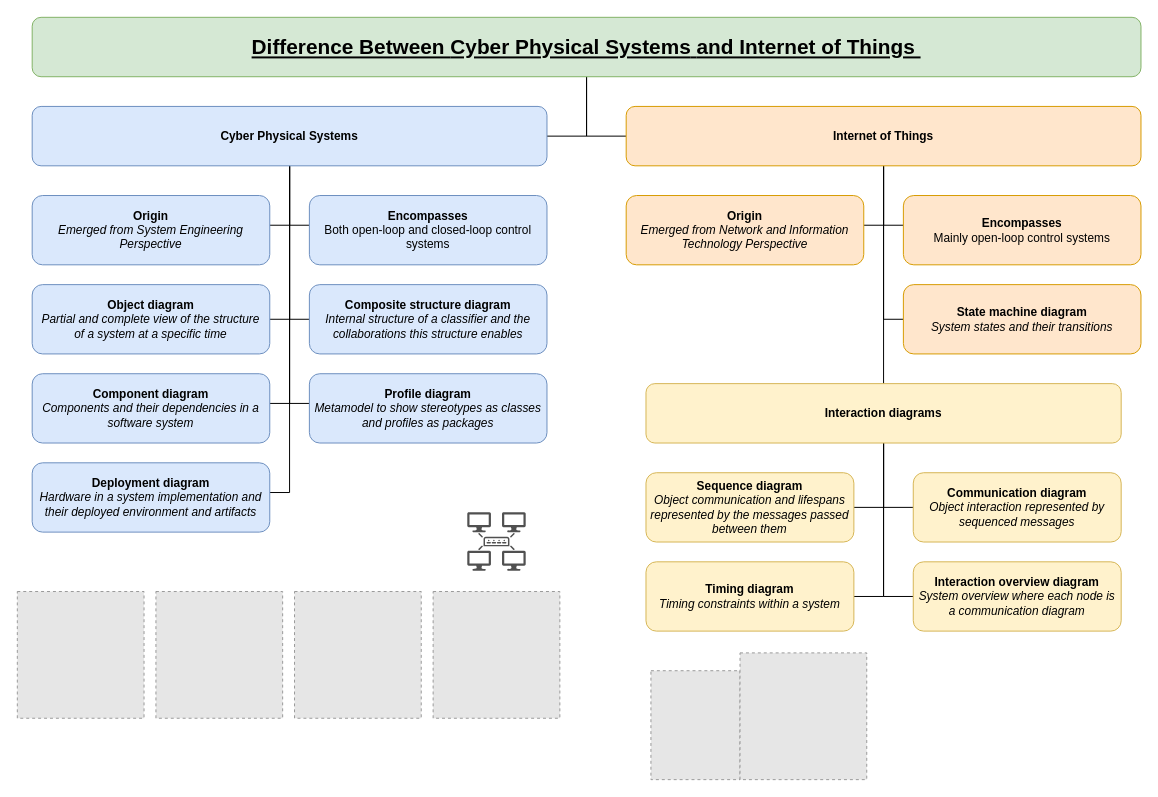
Earlier version of the draw.io diagram researchPapers/voice-ui/Cyber Physical Systems.drawio (daiv09/hello-world). Source tidied: cells renumbered, new cells numbered last; positions are measured from the earlier drawing's top-left corner, leaving out a move shared by most shapes. Both pictures are drawn from the tidied source at 99%, with x=0, y=0 at pixel (17, 17). Pictures stored in the file or linked from it are replaced by grey dashed boxes.
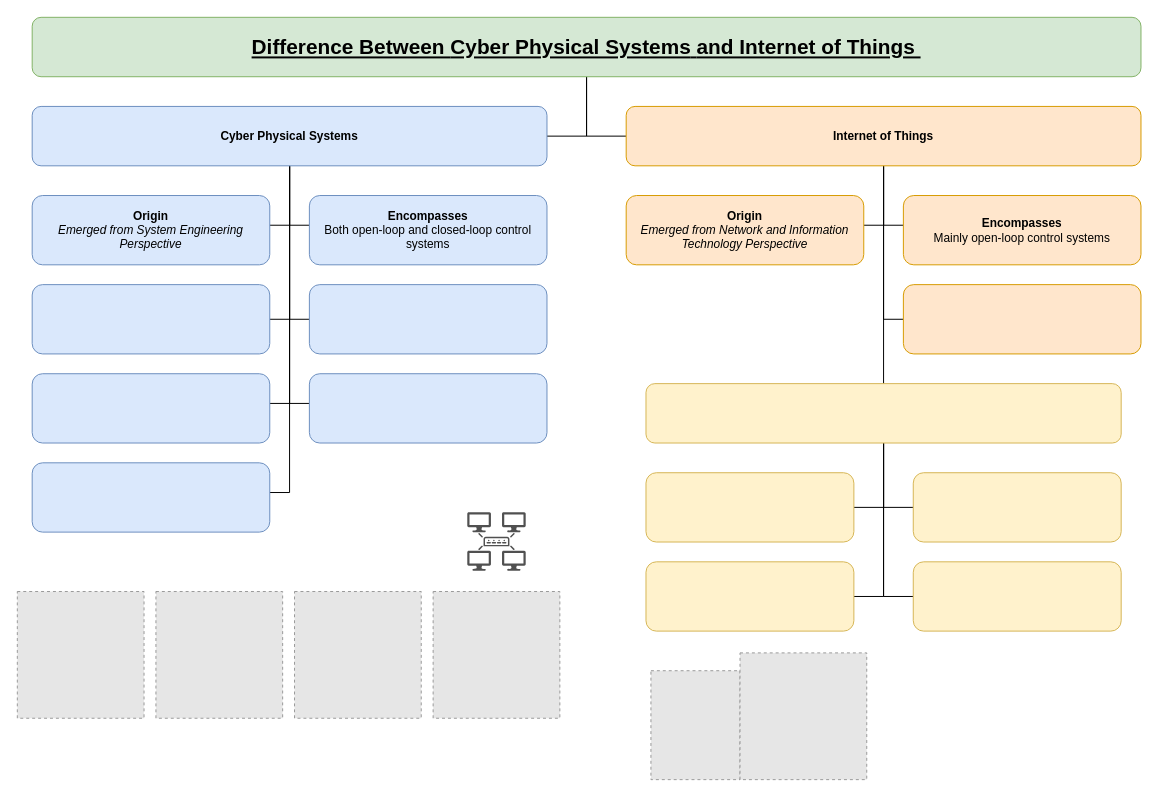
The same page after the edit.

The edit, as a diff of the source:
```diff
@@
-    <mxCell id="20" value="&lt;b&gt;Object diagram&lt;/b&gt;&lt;br&gt;&lt;i&gt;Partial and complete view of the structure &lt;br&gt;of a system at a specific time&lt;/i&gt;" style="whiteSpace=wrap;html=1;rounded=1;fillColor=#dae8fc;strokeColor=#6c8ebf;" parent="1" vertex="1">
+    <mxCell id="20" style="whiteSpace=wrap;html=1;rounded=1;fillColor=#dae8fc;strokeColor=#6c8ebf;" parent="1" vertex="1">
       <mxGeometry x="15" y="270" width="240" height="70" as="geometry" />
     </mxCell>
-    <mxCell id="21" value="&lt;div&gt;&lt;b&gt;Composite structure diagram&lt;/b&gt;&lt;/div&gt;&lt;div&gt;&lt;i&gt;Internal structure of a classifier and the collaborations this structure enables&lt;/i&gt;&lt;br&gt;&lt;/div&gt;" style="whiteSpace=wrap;html=1;rounded=1;fillColor=#dae8fc;strokeColor=#6c8ebf;" parent="1" vertex="1">
+    <mxCell id="21" value="&lt;div&gt;&lt;br&gt;&lt;/div&gt;" style="whiteSpace=wrap;html=1;rounded=1;fillColor=#dae8fc;strokeColor=#6c8ebf;" parent="1" vertex="1">
       <mxGeometry x="295" y="270" width="240" height="70" as="geometry" />
     </mxCell>
-    <mxCell id="22" value="&lt;div&gt;&lt;b&gt;Profile diagram&lt;/b&gt;&lt;/div&gt;&lt;div&gt;&lt;i&gt;Metamodel to show stereotypes as classes and profiles as packages&lt;/i&gt;&lt;br&gt;&lt;/div&gt;" style="whiteSpace=wrap;html=1;rounded=1;fillColor=#dae8fc;strokeColor=#6c8ebf;" parent="1" vertex="1">
+    <mxCell id="22" value="&lt;div&gt;&lt;br&gt;&lt;/div&gt;" style="whiteSpace=wrap;html=1;rounded=1;fillColor=#dae8fc;strokeColor=#6c8ebf;" parent="1" vertex="1">
       <mxGeometry x="295" y="360" width="240" height="70" as="geometry" />
     </mxCell>
-    <mxCell id="23" value="&lt;b&gt;Component diagram&lt;/b&gt;&lt;i&gt;&lt;br&gt;Components and their dependencies in a software system&lt;/i&gt;" style="whiteSpace=wrap;html=1;rounded=1;fillColor=#dae8fc;strokeColor=#6c8ebf;" parent="1" vertex="1">
+    <mxCell id="23" style="whiteSpace=wrap;html=1;rounded=1;fillColor=#dae8fc;strokeColor=#6c8ebf;" parent="1" vertex="1">
       <mxGeometry x="15" y="360" width="240" height="70" as="geometry" />
     </mxCell>
-    <mxCell id="24" value="&lt;b&gt;Deployment diagram&lt;/b&gt;&lt;br&gt;&lt;i&gt;Hardware in a system implementation and their deployed environment and artifacts&lt;/i&gt;" style="whiteSpace=wrap;html=1;rounded=1;fillColor=#dae8fc;strokeColor=#6c8ebf;" parent="1" vertex="1">
+    <mxCell id="24" style="whiteSpace=wrap;html=1;rounded=1;fillColor=#dae8fc;strokeColor=#6c8ebf;" parent="1" vertex="1">
       <mxGeometry x="15" y="450" width="240" height="70" as="geometry" />
     </mxCell>
@@
-    <mxCell id="27" value="&lt;b&gt;State machine diagram&lt;/b&gt;&lt;br&gt;&lt;i&gt;System states and their transitions&lt;/i&gt;" style="whiteSpace=wrap;html=1;rounded=1;fillColor=#ffe6cc;strokeColor=#d79b00;" parent="1" vertex="1">
+    <mxCell id="27" style="whiteSpace=wrap;html=1;rounded=1;fillColor=#ffe6cc;strokeColor=#d79b00;" parent="1" vertex="1">
       <mxGeometry x="895" y="270" width="240" height="70" as="geometry" />
     </mxCell>
@@
-    <mxCell id="32" value="&lt;b&gt;Interaction diagrams&lt;/b&gt;" style="rounded=1;whiteSpace=wrap;html=1;fillColor=#fff2cc;strokeColor=#d6b656;" parent="1" vertex="1">
+    <mxCell id="32" style="rounded=1;whiteSpace=wrap;html=1;fillColor=#fff2cc;strokeColor=#d6b656;" parent="1" vertex="1">
       <mxGeometry x="635" y="370" width="480" height="60" as="geometry" />
     </mxCell>
-    <mxCell id="33" value="&lt;div&gt;&lt;b&gt;Sequence diagram&lt;/b&gt;&lt;/div&gt;&lt;div&gt;&lt;i&gt;Object communication and lifespans represented by the messages passed between them&lt;/i&gt;&lt;br&gt;&lt;/div&gt;" style="whiteSpace=wrap;html=1;rounded=1;fillColor=#fff2cc;strokeColor=#d6b656;" parent="1" vertex="1">
+    <mxCell id="33" value="&lt;div&gt;&lt;br&gt;&lt;/div&gt;" style="whiteSpace=wrap;html=1;rounded=1;fillColor=#fff2cc;strokeColor=#d6b656;" parent="1" vertex="1">
       <mxGeometry x="635" y="460" width="210" height="70" as="geometry" />
     </mxCell>
-    <mxCell id="34" value="&lt;b&gt;Communication diagram&lt;/b&gt;&lt;br&gt;&lt;i&gt;Object interaction represented by sequenced messages&lt;/i&gt;" style="whiteSpace=wrap;html=1;rounded=1;strokeColor=#d6b656;fillColor=#fff2cc;" parent="1" vertex="1">
+    <mxCell id="34" style="whiteSpace=wrap;html=1;rounded=1;strokeColor=#d6b656;fillColor=#fff2cc;" parent="1" vertex="1">
       <mxGeometry x="905" y="460" width="210" height="70" as="geometry" />
     </mxCell>
-    <mxCell id="35" value="&lt;div&gt;&lt;b&gt;Timing diagram&lt;/b&gt;&lt;/div&gt;&lt;div&gt;&lt;i&gt;Timing constraints within a system&lt;/i&gt;&lt;br&gt;&lt;/div&gt;" style="whiteSpace=wrap;html=1;rounded=1;strokeColor=#d6b656;fillColor=#fff2cc;" parent="1" vertex="1">
+    <mxCell id="35" value="&lt;div&gt;&lt;br&gt;&lt;/div&gt;" style="whiteSpace=wrap;html=1;rounded=1;strokeColor=#d6b656;fillColor=#fff2cc;" parent="1" vertex="1">
       <mxGeometry x="635" y="550" width="210" height="70" as="geometry" />
     </mxCell>
-    <mxCell id="36" value="&lt;b&gt;Interaction overview diagram&lt;/b&gt;&lt;br&gt;&lt;i&gt;System overview where each node is a communication diagram&lt;/i&gt;" style="whiteSpace=wrap;html=1;rounded=1;strokeColor=#d6b656;fillColor=#fff2cc;" parent="1" vertex="1">
+    <mxCell id="36" style="whiteSpace=wrap;html=1;rounded=1;strokeColor=#d6b656;fillColor=#fff2cc;" parent="1" vertex="1">
       <mxGeometry x="905" y="550" width="210" height="70" as="geometry" />
     </mxCell>
```
